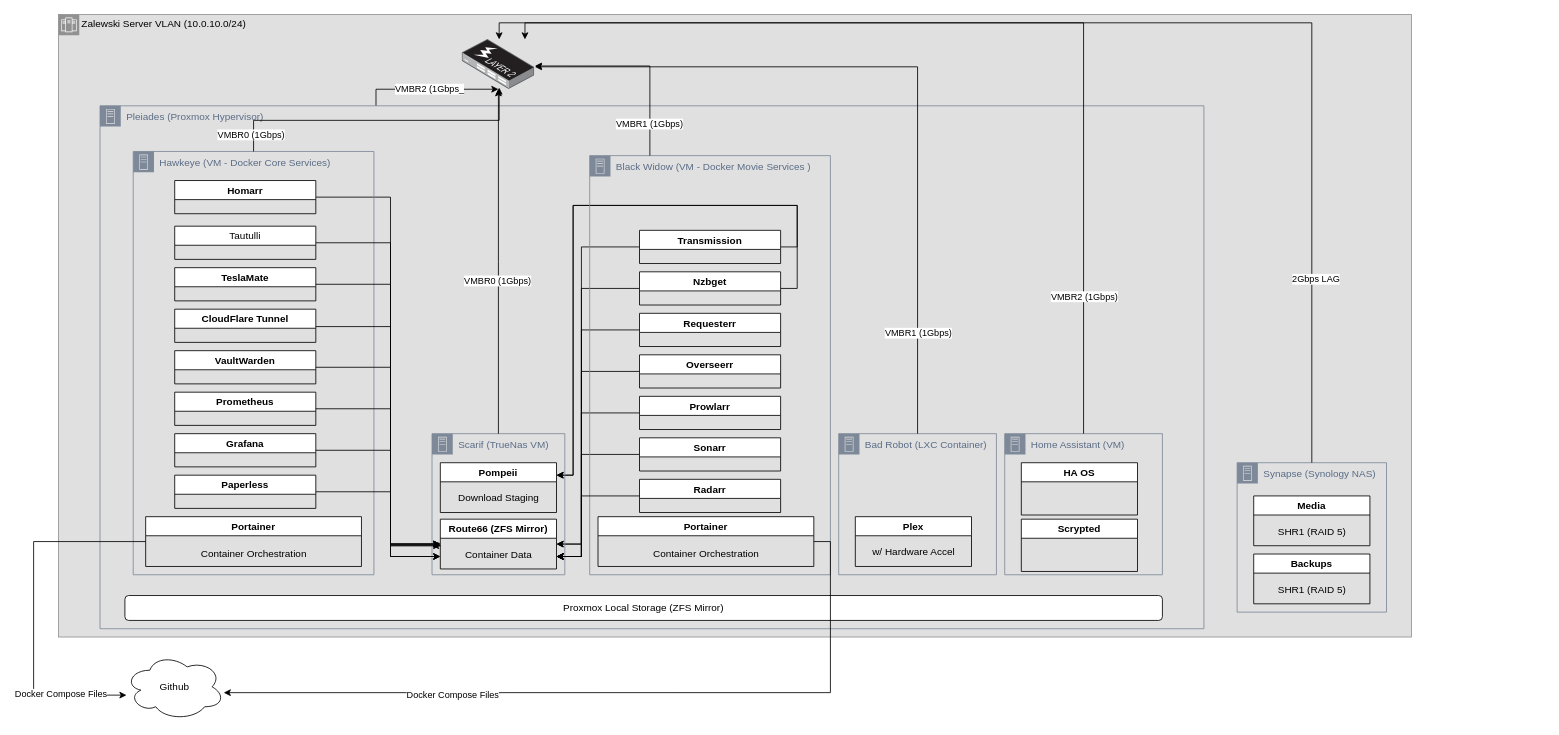
This is Zalewski Cloud.drawio from mark-zalewski/General, a draw.io file, before an edit. Source tidied: cells renumbered, new cells numbered last; positions are measured from the earlier drawing's top-left corner, leaving out a move shared by most shapes. Both pictures are drawn from the tidied source at 83%, with x=0, y=0 at pixel (33, 14).
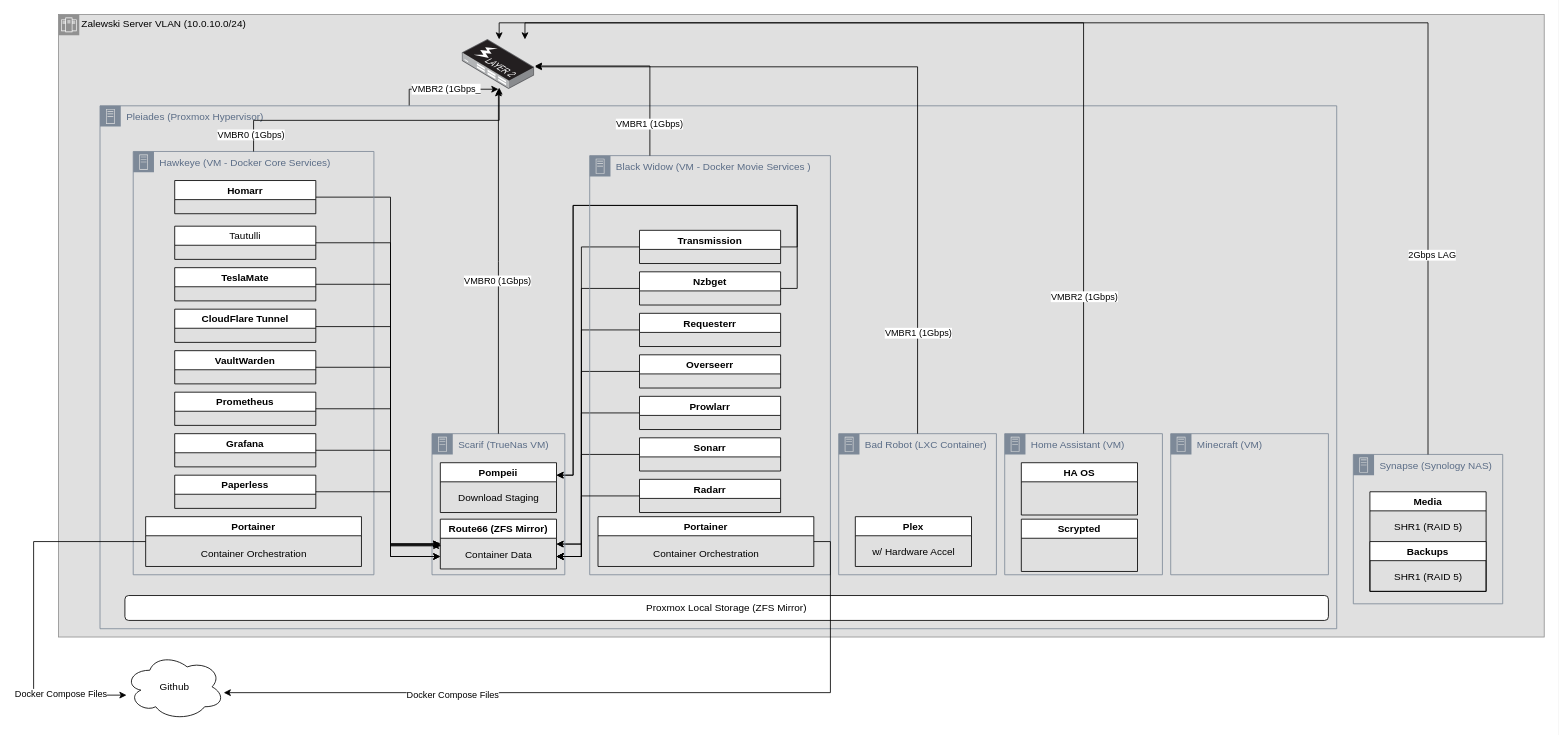
The same diagram, later.

What changed in the source:
```diff
@@
     <mxCell id="2" value="Zalewski Server VLAN (10.0.10.0/24)" style="shape=mxgraph.ibm.box;prType=zone;fontStyle=0;verticalAlign=top;align=left;spacingLeft=32;spacingTop=4;fillColor=#E0E0E0;rounded=0;whiteSpace=wrap;html=1;strokeColor=#919191;strokeWidth=1;dashed=0;spacing=-4;" parent="1" vertex="1">
-      <mxGeometry x="30" width="1630" height="750" as="geometry" />
+      <mxGeometry x="30" width="1790" height="750" as="geometry" />
     </mxCell>
@@
     <mxCell id="5" value="Synapse (Synology NAS)" style="points=[[0,0],[0.25,0],[0.5,0],[0.75,0],[1,0],[1,0.25],[1,0.5],[1,0.75],[1,1],[0.75,1],[0.5,1],[0.25,1],[0,1],[0,0.75],[0,0.5],[0,0.25]];outlineConnect=0;gradientColor=none;html=1;whiteSpace=wrap;fontSize=12;fontStyle=0;shape=mxgraph.aws4.group;grIcon=mxgraph.aws4.group_on_premise;strokeColor=#7D8998;fillColor=none;verticalAlign=top;align=left;spacingLeft=30;fontColor=#5A6C86;dashed=0;" parent="2" vertex="1">
-      <mxGeometry x="1420" y="540" width="180" height="180" as="geometry" />
+      <mxGeometry x="1560" y="530" width="180" height="180" as="geometry" />
     </mxCell>
+    <mxCell id="8" value="Media" style="swimlane;" parent="2" vertex="1">
+      <mxGeometry x="1580" y="575" width="140" height="120" as="geometry" />
+    </mxCell>
+    <mxCell id="9" value="SHR1 (RAID 5)" style="text;html=1;align=center;verticalAlign=middle;strokeColor=none;fillColor=none;" parent="8" vertex="1">
+      <mxGeometry x="15" y="28" width="110" height="30" as="geometry" />
+    </mxCell>
-    <mxCell id="6" value="Backups" style="swimlane;" parent="2" vertex="1">
-      <mxGeometry x="1440" y="650" width="140" height="60" as="geometry" />
+    <mxCell id="6" value="Backups" style="swimlane;" parent="8" vertex="1">
+      <mxGeometry y="60" width="140" height="60" as="geometry" />
     </mxCell>
@@
-    <mxCell id="8" value="Media" style="swimlane;" parent="2" vertex="1">
-      <mxGeometry x="1440" y="580" width="140" height="60" as="geometry" />
-    </mxCell>
-    <mxCell id="9" value="SHR1 (RAID 5)" style="text;html=1;align=center;verticalAlign=middle;strokeColor=none;fillColor=none;" parent="8" vertex="1">
-      <mxGeometry x="15" y="28" width="110" height="30" as="geometry" />
-    </mxCell>
@@
     <mxCell id="37" value="Pleiades (Proxmox Hypervisor)" style="points=[[0,0],[0.25,0],[0.5,0],[0.75,0],[1,0],[1,0.25],[1,0.5],[1,0.75],[1,1],[0.75,1],[0.5,1],[0.25,1],[0,1],[0,0.75],[0,0.5],[0,0.25]];outlineConnect=0;gradientColor=none;html=1;whiteSpace=wrap;fontSize=12;fontStyle=0;shape=mxgraph.aws4.group;grIcon=mxgraph.aws4.group_on_premise;strokeColor=#7D8998;fillColor=none;verticalAlign=top;align=left;spacingLeft=30;fontColor=#5A6C86;dashed=0;" parent="1" vertex="1">
-      <mxGeometry x="80" y="110" width="1330" height="630" as="geometry" />
+      <mxGeometry x="80" y="110" width="1490" height="630" as="geometry" />
     </mxCell>
@@
     <mxCell id="56" value="Proxmox Local Storage (ZFS Mirror)" style="rounded=1;whiteSpace=wrap;html=1;" parent="37" vertex="1">
-      <mxGeometry x="30" y="590" width="1250" height="30" as="geometry" />
+      <mxGeometry x="30" y="590" width="1450" height="30" as="geometry" />
     </mxCell>
+    <mxCell id="78" value="Minecraft (VM)" style="gradientColor=none;html=1;whiteSpace=wrap;fontSize=12;fontStyle=0;shape=mxgraph.aws4.group;grIcon=mxgraph.aws4.group_on_premise;strokeColor=#7D8998;fillColor=none;verticalAlign=top;align=left;spacingLeft=30;fontColor=#5A6C86;dashed=0;" parent="37" vertex="1">
+      <mxGeometry x="1290" y="395" width="190" height="170" as="geometry" />
+    </mxCell>
```
